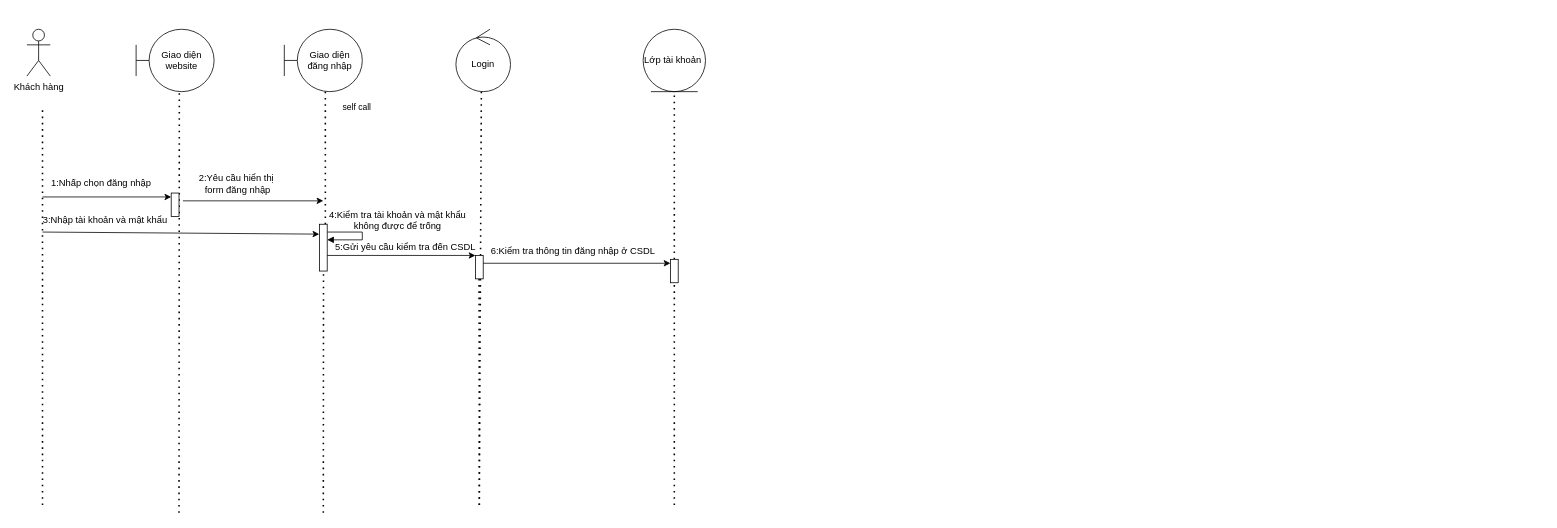
Earlier version of the draw.io diagram Biểu đồ không có tiêu đề.drawio (Shadowcatz7/MobileShop). Source tidied: cells renumbered, new cells numbered last; positions are measured from the earlier drawing's top-left corner, leaving out a move shared by most shapes. Both pictures are drawn from the tidied source at 78%, with x=0, y=0 at pixel (27, 29).
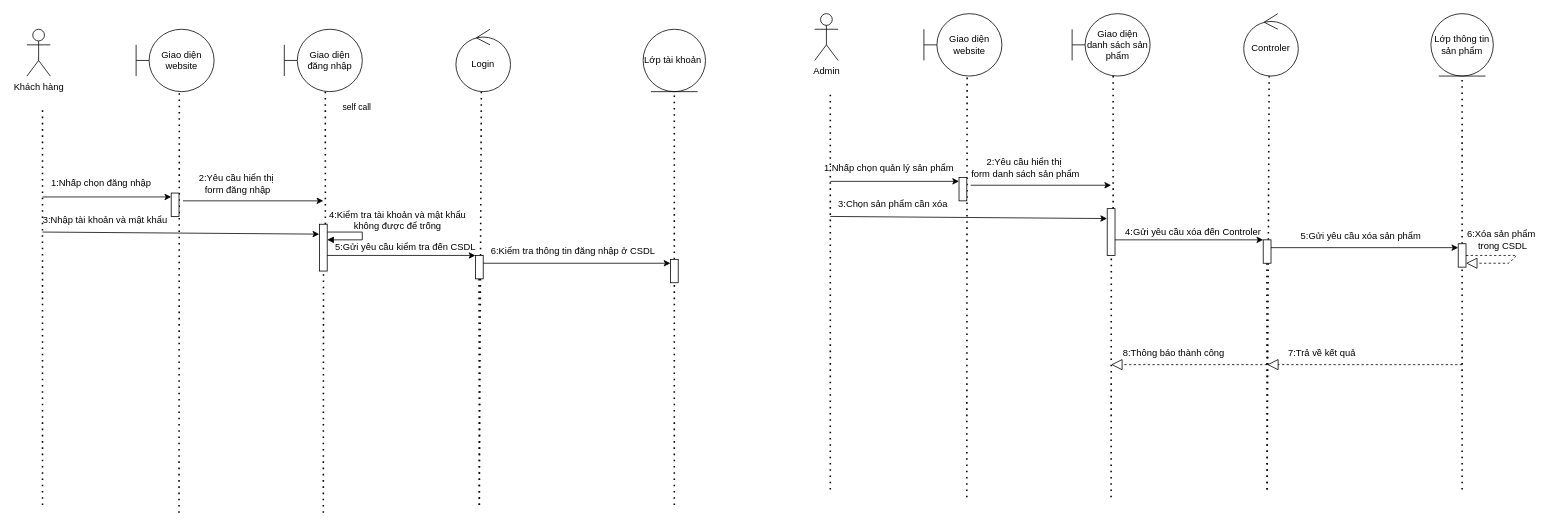
After the change.

Commit message (it also covers changes not shown here):
Cập nhật Biểu đồ không có tiêu đề.drawio

Change to the diagram source:
```diff
@@
+    <mxCell id="31" value="Admin" style="shape=umlActor;verticalLabelPosition=bottom;verticalAlign=top;html=1;" parent="1" vertex="1">
+      <mxGeometry x="1010" y="-20" width="30" height="60" as="geometry" />
+    </mxCell>
+    <mxCell id="32" value="Giao diện website" style="shape=umlBoundary;whiteSpace=wrap;html=1;" parent="1" vertex="1">
+      <mxGeometry x="1150" y="-20" width="100" height="80" as="geometry" />
+    </mxCell>
+    <mxCell id="33" value="Giao diện danh sách sản phẩm" style="shape=umlBoundary;whiteSpace=wrap;html=1;" parent="1" vertex="1">
+      <mxGeometry x="1340" y="-20" width="100" height="80" as="geometry" />
+    </mxCell>
+    <mxCell id="34" value="Controler" style="ellipse;shape=umlControl;whiteSpace=wrap;html=1;" parent="1" vertex="1">
+      <mxGeometry x="1560" y="-20" width="70" height="80" as="geometry" />
+    </mxCell>
+    <mxCell id="35" style="endArrow=none;dashed=1;html=1;dashPattern=1 3;strokeWidth=2;rounded=0;" parent="1" edge="1">
+      <mxGeometry relative="1" as="geometry">
+        <mxPoint x="1030" y="590" as="sourcePoint" />
+        <mxPoint x="1030" y="80" as="targetPoint" />
+      </mxGeometry>
+    </mxCell>
+    <mxCell id="36" style="endArrow=none;dashed=1;html=1;dashPattern=1 3;strokeWidth=2;rounded=0;entryX=0.554;entryY=1.005;entryDx=0;entryDy=0;entryPerimeter=0;" parent="1" edge="1" target="32">
+      <mxGeometry relative="1" as="geometry">
+        <mxPoint x="1205" y="600" as="sourcePoint" />
+      </mxGeometry>
+    </mxCell>
+    <mxCell id="37" style="endArrow=none;dashed=1;html=1;dashPattern=1 3;strokeWidth=2;rounded=0;entryX=0.526;entryY=0.993;entryDx=0;entryDy=0;entryPerimeter=0;" parent="1" edge="1" source="46" target="33">
+      <mxGeometry relative="1" as="geometry" />
+    </mxCell>
+    <mxCell id="38" style="endArrow=none;dashed=1;html=1;dashPattern=1 3;strokeWidth=2;rounded=0;entryX=0.466;entryY=1.005;entryDx=0;entryDy=0;entryPerimeter=0;" parent="1" edge="1" target="34">
+      <mxGeometry relative="1" as="geometry">
+        <mxPoint x="1590" y="590" as="sourcePoint" />
+      </mxGeometry>
+    </mxCell>
+    <mxCell id="39" style="endArrow=none;dashed=1;html=1;dashPattern=1 3;strokeWidth=2;rounded=0;entryX=0.5;entryY=1;entryDx=0;entryDy=0;" parent="1" edge="1" source="54">
+      <mxGeometry relative="1" as="geometry">
+        <mxPoint x="1840" y="60" as="targetPoint" />
+      </mxGeometry>
+    </mxCell>
+    <mxCell id="40" style="endArrow=classic;html=1;rounded=0;entryX=0;entryY=0;entryDx=0;entryDy=5;entryPerimeter=0;" parent="1" edge="1" target="42">
+      <mxGeometry relative="1" as="geometry">
+        <mxPoint x="1030" y="195" as="sourcePoint" />
+      </mxGeometry>
+    </mxCell>
+    <mxCell id="41" value="1:Nhấp chọn quản lý sản phẩm" style="text;html=1;align=center;verticalAlign=middle;strokeColor=none;fillColor=none;" parent="1" vertex="1">
+      <mxGeometry x="1010" y="163" width="190" height="30" as="geometry" />
+    </mxCell>
+    <mxCell id="42" style="html=1;points=[[0,0,0,0,5],[0,1,0,0,-5],[1,0,0,0,5],[1,1,0,0,-5]];perimeter=orthogonalPerimeter;outlineConnect=0;targetShapes=umlLifeline;portConstraint=eastwest;newEdgeStyle={&quot;curved&quot;:0,&quot;rounded&quot;:0};" parent="1" vertex="1">
+      <mxGeometry x="1195" y="190" width="10" height="30" as="geometry" />
+    </mxCell>
+    <mxCell id="43" style="endArrow=classic;html=1;rounded=0;" parent="1" edge="1">
+      <mxGeometry relative="1" as="geometry">
+        <mxPoint x="1210" y="200" as="sourcePoint" />
+        <mxPoint x="1390" y="200" as="targetPoint" />
+      </mxGeometry>
+    </mxCell>
+    <mxCell id="44" value="2:Yêu cầu hiển thị&amp;nbsp;&lt;br&gt;form danh sách sản phẩm" style="text;html=1;align=center;verticalAlign=middle;strokeColor=none;fillColor=none;" parent="1" vertex="1">
+      <mxGeometry x="1200" y="158" width="160" height="40" as="geometry" />
+    </mxCell>
+    <mxCell id="45" style="endArrow=none;dashed=1;html=1;dashPattern=1 3;strokeWidth=2;rounded=0;entryX=0.526;entryY=0.993;entryDx=0;entryDy=0;entryPerimeter=0;" parent="1" edge="1" target="46">
+      <mxGeometry relative="1" as="geometry">
+        <mxPoint x="1390" y="600" as="sourcePoint" />
+      </mxGeometry>
+    </mxCell>
+    <mxCell id="46" style="html=1;points=[[0,0,0,0,5],[0,1,0,0,-5],[1,0,0,0,5],[1,1,0,0,-5]];perimeter=orthogonalPerimeter;outlineConnect=0;targetShapes=umlLifeline;portConstraint=eastwest;newEdgeStyle={&quot;curved&quot;:0,&quot;rounded&quot;:0};" parent="1" vertex="1">
+      <mxGeometry x="1385" y="230" width="10" height="60" as="geometry" />
+    </mxCell>
+    <mxCell id="47" style="endArrow=classic;html=1;rounded=0;entryX=-0.001;entryY=0.942;entryDx=0;entryDy=0;entryPerimeter=0;" parent="1" edge="1">
+      <mxGeometry relative="1" as="geometry">
+        <mxPoint x="1030" y="240" as="sourcePoint" />
+        <mxPoint x="1384.8" y="242.7" as="targetPoint" />
+      </mxGeometry>
+    </mxCell>
+    <mxCell id="48" value="3:Chọn sản phẩm cần xóa" style="text;html=1;align=center;verticalAlign=middle;strokeColor=none;fillColor=none;" parent="1" vertex="1">
+      <mxGeometry x="1030" y="210" width="160" height="30" as="geometry" />
+    </mxCell>
+    <mxCell id="49" style="endArrow=none;dashed=1;html=1;dashPattern=1 3;strokeWidth=2;rounded=0;entryX=0.466;entryY=1.005;entryDx=0;entryDy=0;entryPerimeter=0;" parent="1" edge="1" target="50">
+      <mxGeometry relative="1" as="geometry">
+        <mxPoint x="1590" y="590" as="sourcePoint" />
+      </mxGeometry>
+    </mxCell>
+    <mxCell id="50" style="html=1;points=[[0,0,0,0,5],[0,1,0,0,-5],[1,0,0,0,5],[1,1,0,0,-5]];perimeter=orthogonalPerimeter;outlineConnect=0;targetShapes=umlLifeline;portConstraint=eastwest;newEdgeStyle={&quot;curved&quot;:0,&quot;rounded&quot;:0};" parent="1" vertex="1">
+      <mxGeometry x="1585" y="270" width="10" height="30" as="geometry" />
+    </mxCell>
+    <mxCell id="51" style="endArrow=classic;html=1;rounded=0;" parent="1" edge="1" source="46" target="50">
+      <mxGeometry relative="1" as="geometry" />
+    </mxCell>
+    <mxCell id="52" value="4:Gửi yêu cầu xóa đến Controler" style="text;html=1;align=center;verticalAlign=middle;strokeColor=none;fillColor=none;" parent="1" vertex="1">
+      <mxGeometry x="1395" y="245" width="200" height="30" as="geometry" />
+    </mxCell>
+    <mxCell id="53" style="endArrow=none;dashed=1;html=1;dashPattern=1 3;strokeWidth=2;rounded=0;entryX=0.5;entryY=1;entryDx=0;entryDy=0;" parent="1" edge="1" target="54">
+      <mxGeometry relative="1" as="geometry">
+        <mxPoint x="1840" y="590" as="sourcePoint" />
+      </mxGeometry>
+    </mxCell>
+    <mxCell id="54" style="html=1;points=[[0,0,0,0,5],[0,1,0,0,-5],[1,0,0,0,5],[1,1,0,0,-5]];perimeter=orthogonalPerimeter;outlineConnect=0;targetShapes=umlLifeline;portConstraint=eastwest;newEdgeStyle={&quot;curved&quot;:0,&quot;rounded&quot;:0};" parent="1" vertex="1">
+      <mxGeometry x="1835" y="275" width="10" height="30" as="geometry" />
+    </mxCell>
+    <mxCell id="55" style="endArrow=classic;html=1;rounded=0;entryX=0;entryY=0;entryDx=0;entryDy=5;entryPerimeter=0;" parent="1" edge="1" source="50" target="54">
+      <mxGeometry relative="1" as="geometry" />
+    </mxCell>
+    <mxCell id="56" value="5:Gửi yêu cầu xóa sản phẩm" style="text;html=1;align=center;verticalAlign=middle;strokeColor=none;fillColor=none;" parent="1" vertex="1">
+      <mxGeometry x="1620" y="250" width="180" height="30" as="geometry" />
+    </mxCell>
+    <mxCell id="57" value="Lớp thông tin sản phẩm" style="ellipse;shape=umlEntity;whiteSpace=wrap;html=1;" parent="1" vertex="1">
+      <mxGeometry x="1800" y="-20" width="80" height="80" as="geometry" />
+    </mxCell>
+    <mxCell id="58" style="endArrow=block;dashed=1;endFill=0;endSize=12;html=1;rounded=0;entryX=1;entryY=1;entryDx=0;entryDy=-5;entryPerimeter=0;" parent="1" edge="1" source="54" target="54">
+      <mxGeometry relative="1" as="geometry">
+        <Array as="points">
+          <mxPoint x="1910" y="290" />
+          <mxPoint x="1900" y="300" />
+        </Array>
+      </mxGeometry>
+    </mxCell>
+    <mxCell id="59" value="6:Xóa sản phẩm&lt;br&gt;&amp;nbsp;trong CSDL" style="text;html=1;align=center;verticalAlign=middle;strokeColor=none;fillColor=none;" parent="1" vertex="1">
+      <mxGeometry x="1835" y="250" width="110" height="40" as="geometry" />
+    </mxCell>
+    <mxCell id="60" style="endArrow=block;dashed=1;endFill=0;endSize=12;html=1;rounded=0;" parent="1" edge="1">
+      <mxGeometry relative="1" as="geometry">
+        <mxPoint x="1840" y="430" as="sourcePoint" />
+        <mxPoint x="1590" y="430" as="targetPoint" />
+      </mxGeometry>
+    </mxCell>
+    <mxCell id="61" style="endArrow=block;dashed=1;endFill=0;endSize=12;html=1;rounded=0;" parent="1" edge="1">
+      <mxGeometry relative="1" as="geometry">
+        <mxPoint x="1590" y="430" as="sourcePoint" />
+        <mxPoint x="1390" y="430" as="targetPoint" />
+      </mxGeometry>
+    </mxCell>
+    <mxCell id="62" value="7:Trả về kết quả" style="text;html=1;align=center;verticalAlign=middle;strokeColor=none;fillColor=none;" parent="1" vertex="1">
+      <mxGeometry x="1605" y="400" width="110" height="30" as="geometry" />
+    </mxCell>
+    <mxCell id="63" value="8:Thông báo thành công" style="text;html=1;align=center;verticalAlign=middle;strokeColor=none;fillColor=none;" parent="1" vertex="1">
+      <mxGeometry x="1395" y="400" width="150" height="30" as="geometry" />
+    </mxCell>
```
